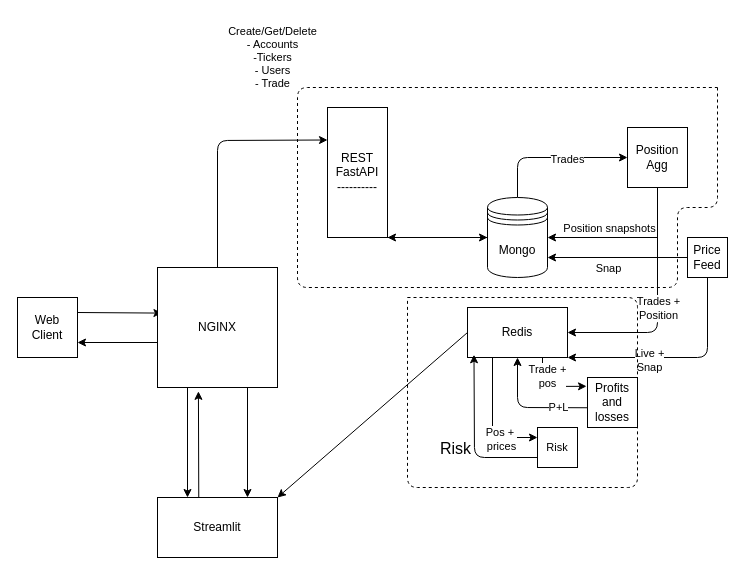
This is page "Page-1" (1 of 2) of python/updatedOutline.drawio from jacobborenstein/rt-trade-and-risk-v2, a draw.io file, before an edit. Source tidied: cells renumbered, new cells numbered last; positions are measured from the earlier drawing's top-left corner, leaving out a move shared by most shapes. Both pictures are drawn from the tidied source at 100%, with x=0, y=0 at pixel (17, 17).
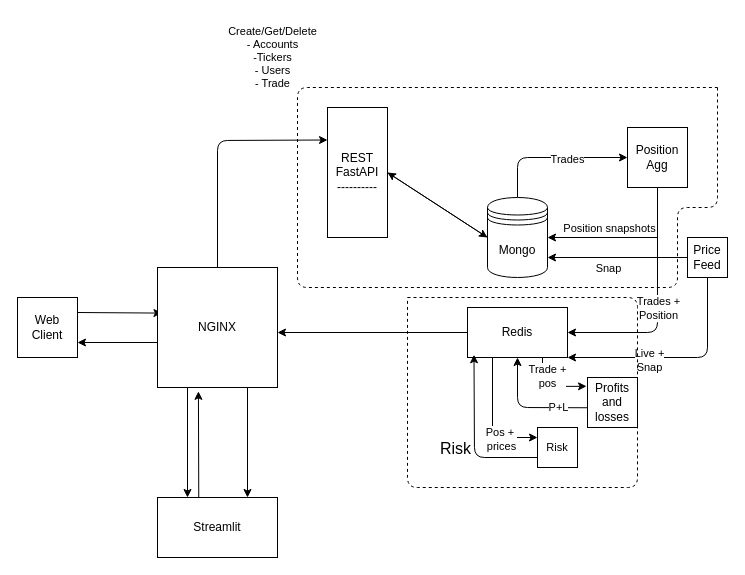
After the change.

Unchanged cells that the change refers to:
```xml
<mxCell id="10" value="Streamlit" style="whiteSpace=wrap;html=1;rounded=0;" parent="1" vertex="1">
  <mxGeometry x="140" y="480" width="120" height="60" as="geometry" />
</mxCell>
<mxCell id="12" value="REST&lt;br&gt;FastAPI&lt;br&gt;----------" style="whiteSpace=wrap;html=1;rounded=0;" parent="1" vertex="1">
  <mxGeometry x="310" y="90" width="60" height="130" as="geometry" />
</mxCell>
<mxCell id="16" value="Mongo" style="shape=datastore;whiteSpace=wrap;html=1;fontFamily=Helvetica;fontSize=12;fontColor=default;align=center;strokeColor=default;fillColor=default;" parent="1" vertex="1">
  <mxGeometry x="470" y="180" width="60" height="80" as="geometry" />
</mxCell>
<mxCell id="25" value="Redis" style="whiteSpace=wrap;html=1;rounded=0;" parent="1" vertex="1">
  <mxGeometry x="450" y="290" width="100" height="50" as="geometry" />
</mxCell>
```

The edit, as a diff of the source:
```diff
@@
-    <mxCell id="11" style="edgeStyle=none;html=1;exitX=1;exitY=1;exitDx=0;exitDy=0;" parent="1" edge="1" source="12" target="16">
-      <mxGeometry relative="1" as="geometry">
-        <Array as="points">
-          <mxPoint x="370" y="220" />
-        </Array>
-      </mxGeometry>
+    <mxCell id="11" style="edgeStyle=none;html=1;exitX=1;exitY=0.5;exitDx=0;exitDy=0;entryX=0;entryY=0.5;entryDx=0;entryDy=0;" parent="1" edge="1" source="12" target="16">
+      <mxGeometry relative="1" as="geometry" />
     </mxCell>
@@
-    <mxCell id="13" style="edgeStyle=none;html=1;exitX=0;exitY=0.5;exitDx=0;exitDy=0;entryX=1;entryY=1;entryDx=0;entryDy=0;" parent="1" edge="1" source="16" target="12">
+    <mxCell id="13" style="edgeStyle=none;html=1;exitX=0;exitY=0.5;exitDx=0;exitDy=0;entryX=1;entryY=0.5;entryDx=0;entryDy=0;" parent="1" edge="1" source="16" target="12">
       <mxGeometry relative="1" as="geometry" />
     </mxCell>
@@
-    <mxCell id="24" style="edgeStyle=none;html=1;exitX=0;exitY=0.5;exitDx=0;exitDy=0;entryX=1;entryY=0;entryDx=0;entryDy=0;fontSize=11;" parent="1" edge="1" source="25" target="10">
-      <mxGeometry relative="1" as="geometry" />
-    </mxCell>
@@
+    <mxCell id="42" style="endArrow=classic;html=1;exitX=0;exitY=0.5;exitDx=0;exitDy=0;" parent="1" edge="1" source="25">
+      <mxGeometry relative="1" as="geometry">
+        <mxPoint x="260" y="315" as="targetPoint" />
+      </mxGeometry>
+    </mxCell>
```
